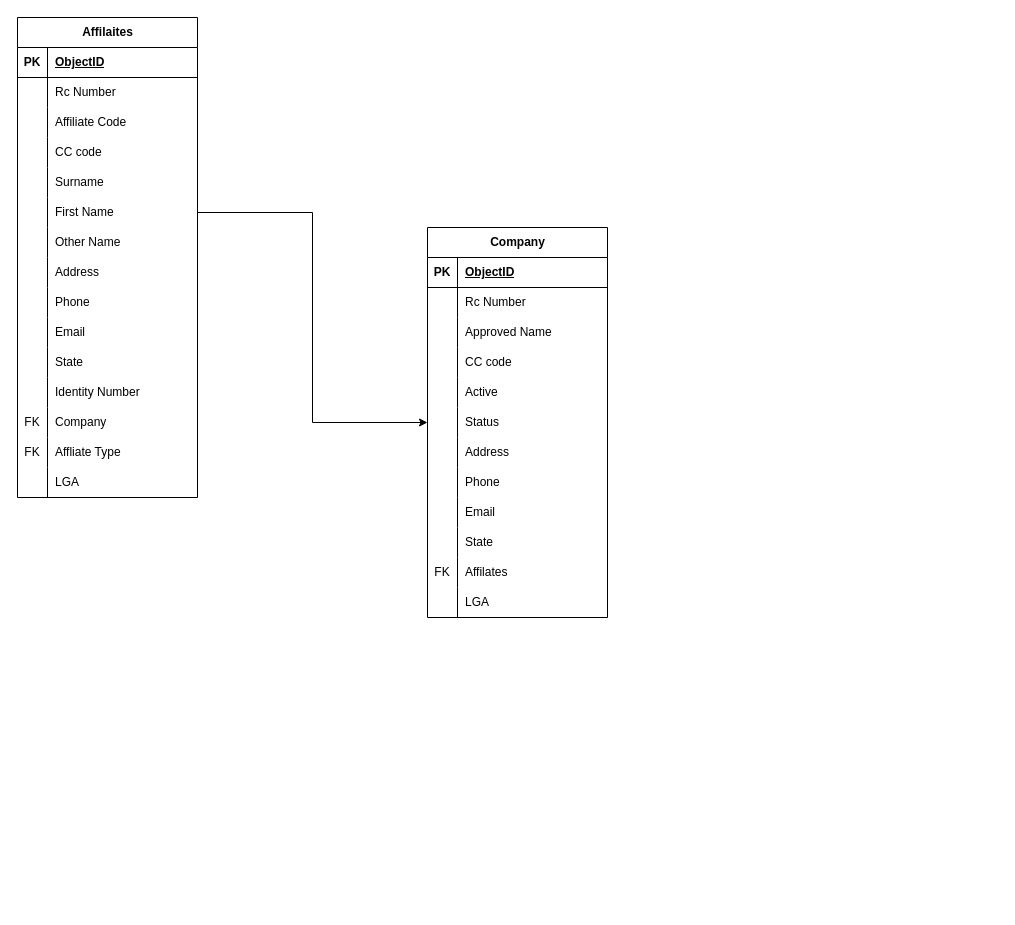
Before: models/Untitled Diagram.drawio in ketdev-og/stackoverflow_test, a draw.io diagram. Source tidied: cells renumbered, new cells numbered last; positions are measured from the earlier drawing's top-left corner, leaving out a move shared by most shapes. Both pictures are drawn from the tidied source at 100%, with x=0, y=0 at pixel (17, 17).
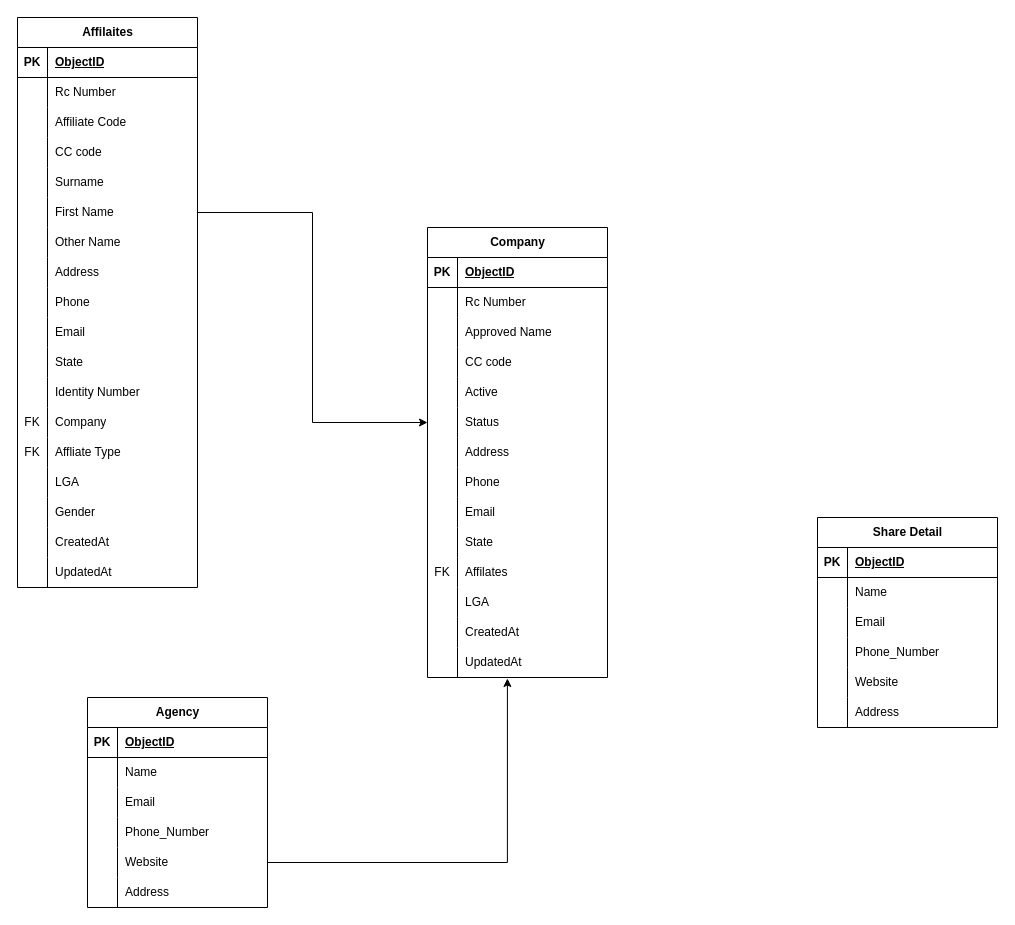
The same page after the edit.

Change to the diagram source:
```diff
@@
     <mxCell id="2" value="Affilaites" style="shape=table;startSize=30;childLayout=tableLayout;rowLines=0;fontStyle=1;align=center;html=1;" parent="1" vertex="1">
-      <mxGeometry width="180" height="480" as="geometry" />
+      <mxGeometry width="180" height="570" as="geometry" />
     </mxCell>
@@
+    <mxCell id="86" style="shape=tableRow;horizontal=0;startSize=0;swimlaneHead=0;swimlaneBody=0;fillColor=none;top=0;left=0;right=0;bottom=0;" parent="2" vertex="1">
+      <mxGeometry y="480" width="180" height="30" as="geometry" />
+    </mxCell>
+    <mxCell id="87" style="shape=partialRectangle;fillColor=none;top=0;left=0;bottom=0;right=0;overflow=hidden;whiteSpace=wrap;html=1;" parent="86" vertex="1">
+      <mxGeometry width="30" height="30" as="geometry" />
+    </mxCell>
+    <mxCell id="88" value="Gender" style="shape=partialRectangle;fillColor=none;top=0;left=0;bottom=0;right=0;align=left;spacingLeft=6;overflow=hidden;whiteSpace=wrap;html=1;" parent="86" vertex="1">
+      <mxGeometry x="30" width="150" height="30" as="geometry" />
+    </mxCell>
+    <mxCell id="89" style="shape=tableRow;horizontal=0;startSize=0;swimlaneHead=0;swimlaneBody=0;fillColor=none;top=0;left=0;right=0;bottom=0;" parent="2" vertex="1">
+      <mxGeometry y="510" width="180" height="30" as="geometry" />
+    </mxCell>
+    <mxCell id="90" style="shape=partialRectangle;fillColor=none;top=0;left=0;bottom=0;right=0;overflow=hidden;whiteSpace=wrap;html=1;" parent="89" vertex="1">
+      <mxGeometry width="30" height="30" as="geometry" />
+    </mxCell>
+    <mxCell id="91" value="CreatedAt" style="shape=partialRectangle;fillColor=none;top=0;left=0;bottom=0;right=0;align=left;spacingLeft=6;overflow=hidden;whiteSpace=wrap;html=1;" parent="89" vertex="1">
+      <mxGeometry x="30" width="150" height="30" as="geometry" />
+    </mxCell>
+    <mxCell id="92" style="shape=tableRow;horizontal=0;startSize=0;swimlaneHead=0;swimlaneBody=0;fillColor=none;top=0;left=0;right=0;bottom=0;" parent="2" vertex="1">
+      <mxGeometry y="540" width="180" height="30" as="geometry" />
+    </mxCell>
+    <mxCell id="93" style="shape=partialRectangle;fillColor=none;top=0;left=0;bottom=0;right=0;overflow=hidden;whiteSpace=wrap;html=1;" parent="92" vertex="1">
+      <mxGeometry width="30" height="30" as="geometry" />
+    </mxCell>
+    <mxCell id="94" value="UpdatedAt" style="shape=partialRectangle;fillColor=none;top=0;left=0;bottom=0;right=0;align=left;spacingLeft=6;overflow=hidden;whiteSpace=wrap;html=1;" parent="92" vertex="1">
+      <mxGeometry x="30" width="150" height="30" as="geometry" />
+    </mxCell>
     <mxCell id="48" value="Company" style="shape=table;startSize=30;childLayout=tableLayout;rowLines=0;fontStyle=1;align=center;html=1;" parent="1" vertex="1">
-      <mxGeometry x="410" y="210" width="180" height="390" as="geometry" />
+      <mxGeometry x="410" y="210" width="180" height="450" as="geometry" />
     </mxCell>
@@
+    <mxCell id="95" style="shape=tableRow;horizontal=0;startSize=0;swimlaneHead=0;swimlaneBody=0;fillColor=none;top=0;left=0;right=0;bottom=0;" parent="48" vertex="1">
+      <mxGeometry y="390" width="180" height="30" as="geometry" />
+    </mxCell>
+    <mxCell id="96" style="shape=partialRectangle;fillColor=none;top=0;left=0;bottom=0;right=0;overflow=hidden;whiteSpace=wrap;html=1;" parent="95" vertex="1">
+      <mxGeometry width="30" height="30" as="geometry" />
+    </mxCell>
+    <mxCell id="97" value="CreatedAt" style="shape=partialRectangle;fillColor=none;top=0;left=0;bottom=0;right=0;align=left;spacingLeft=6;overflow=hidden;whiteSpace=wrap;html=1;" parent="95" vertex="1">
+      <mxGeometry x="30" width="150" height="30" as="geometry" />
+    </mxCell>
+    <mxCell id="98" style="shape=tableRow;horizontal=0;startSize=0;swimlaneHead=0;swimlaneBody=0;fillColor=none;points=[[0,0.5],[1,0.5]];portConstraint=eastwest;top=0;left=0;right=0;bottom=0;" parent="48" vertex="1">
+      <mxGeometry y="420" width="180" height="30" as="geometry" />
+    </mxCell>
+    <mxCell id="99" style="shape=partialRectangle;fillColor=none;top=0;left=0;bottom=0;right=0;overflow=hidden;whiteSpace=wrap;html=1;" parent="98" vertex="1">
+      <mxGeometry width="30" height="30" as="geometry" />
+    </mxCell>
+    <mxCell id="100" value="UpdatedAt" style="shape=partialRectangle;fillColor=none;top=0;left=0;bottom=0;right=0;align=left;spacingLeft=6;overflow=hidden;whiteSpace=wrap;html=1;" parent="98" vertex="1">
+      <mxGeometry x="30" width="150" height="30" as="geometry" />
+    </mxCell>
@@
+    <mxCell id="101" value="Agency" style="shape=table;startSize=30;childLayout=tableLayout;rowLines=0;fontStyle=1;align=center;html=1;" parent="1" vertex="1">
+      <mxGeometry x="70" y="680" width="180" height="210" as="geometry" />
+    </mxCell>
+    <mxCell id="102" style="shape=tableRow;horizontal=0;startSize=0;swimlaneHead=0;swimlaneBody=0;fillColor=none;top=0;left=0;right=0;bottom=1;" parent="101" vertex="1">
+      <mxGeometry y="30" width="180" height="30" as="geometry" />
+    </mxCell>
+    <mxCell id="103" value="PK" style="shape=partialRectangle;fillColor=none;top=0;left=0;bottom=0;right=0;fontStyle=1;overflow=hidden;whiteSpace=wrap;html=1;" parent="102" vertex="1">
+      <mxGeometry width="30" height="30" as="geometry" />
+    </mxCell>
+    <mxCell id="104" value="ObjectID" style="shape=partialRectangle;fillColor=none;top=0;left=0;bottom=0;right=0;align=left;spacingLeft=6;fontStyle=5;overflow=hidden;whiteSpace=wrap;html=1;" parent="102" vertex="1">
+      <mxGeometry x="30" width="150" height="30" as="geometry" />
+    </mxCell>
+    <mxCell id="105" style="shape=tableRow;horizontal=0;startSize=0;swimlaneHead=0;swimlaneBody=0;fillColor=none;top=0;left=0;right=0;bottom=0;" parent="101" vertex="1">
+      <mxGeometry y="60" width="180" height="30" as="geometry" />
+    </mxCell>
+    <mxCell id="106" style="shape=partialRectangle;fillColor=none;top=0;left=0;bottom=0;right=0;overflow=hidden;whiteSpace=wrap;html=1;" parent="105" vertex="1">
+      <mxGeometry width="30" height="30" as="geometry" />
+    </mxCell>
+    <mxCell id="107" value="Name" style="shape=partialRectangle;fillColor=none;top=0;left=0;bottom=0;right=0;align=left;spacingLeft=6;overflow=hidden;whiteSpace=wrap;html=1;" parent="105" vertex="1">
+      <mxGeometry x="30" width="150" height="30" as="geometry" />
+    </mxCell>
+    <mxCell id="108" style="shape=tableRow;horizontal=0;startSize=0;swimlaneHead=0;swimlaneBody=0;fillColor=none;top=0;left=0;right=0;bottom=0;" parent="101" vertex="1">
+      <mxGeometry y="90" width="180" height="30" as="geometry" />
+    </mxCell>
+    <mxCell id="109" style="shape=partialRectangle;fillColor=none;top=0;left=0;bottom=0;right=0;overflow=hidden;whiteSpace=wrap;html=1;" parent="108" vertex="1">
+      <mxGeometry width="30" height="30" as="geometry" />
+    </mxCell>
+    <mxCell id="110" value="Email" style="shape=partialRectangle;fillColor=none;top=0;left=0;bottom=0;right=0;align=left;spacingLeft=6;overflow=hidden;whiteSpace=wrap;html=1;" parent="108" vertex="1">
+      <mxGeometry x="30" width="150" height="30" as="geometry" />
+    </mxCell>
+    <mxCell id="111" style="shape=tableRow;horizontal=0;startSize=0;swimlaneHead=0;swimlaneBody=0;fillColor=none;top=0;left=0;right=0;bottom=0;" parent="101" vertex="1">
+      <mxGeometry y="120" width="180" height="30" as="geometry" />
+    </mxCell>
+    <mxCell id="112" style="shape=partialRectangle;fillColor=none;top=0;left=0;bottom=0;right=0;overflow=hidden;whiteSpace=wrap;html=1;" parent="111" vertex="1">
+      <mxGeometry width="30" height="30" as="geometry" />
+    </mxCell>
+    <mxCell id="113" value="Phone_Number" style="shape=partialRectangle;fillColor=none;top=0;left=0;bottom=0;right=0;align=left;spacingLeft=6;overflow=hidden;whiteSpace=wrap;html=1;" parent="111" vertex="1">
+      <mxGeometry x="30" width="150" height="30" as="geometry" />
+    </mxCell>
+    <mxCell id="114" style="shape=tableRow;horizontal=0;startSize=0;swimlaneHead=0;swimlaneBody=0;fillColor=none;points=[[0,0.5],[1,0.5]];portConstraint=eastwest;top=0;left=0;right=0;bottom=0;" parent="101" vertex="1">
+      <mxGeometry y="150" width="180" height="30" as="geometry" />
+    </mxCell>
+    <mxCell id="115" style="shape=partialRectangle;fillColor=none;top=0;left=0;bottom=0;right=0;overflow=hidden;whiteSpace=wrap;html=1;" parent="114" vertex="1">
+      <mxGeometry width="30" height="30" as="geometry" />
+    </mxCell>
+    <mxCell id="116" value="Website" style="shape=partialRectangle;fillColor=none;top=0;left=0;bottom=0;right=0;align=left;spacingLeft=6;overflow=hidden;whiteSpace=wrap;html=1;" parent="114" vertex="1">
+      <mxGeometry x="30" width="150" height="30" as="geometry" />
+    </mxCell>
+    <mxCell id="117" style="shape=tableRow;horizontal=0;startSize=0;swimlaneHead=0;swimlaneBody=0;fillColor=none;top=0;left=0;right=0;bottom=0;" parent="101" vertex="1">
+      <mxGeometry y="180" width="180" height="30" as="geometry" />
+    </mxCell>
+    <mxCell id="118" style="shape=partialRectangle;fillColor=none;top=0;left=0;bottom=0;right=0;overflow=hidden;whiteSpace=wrap;html=1;" parent="117" vertex="1">
+      <mxGeometry width="30" height="30" as="geometry" />
+    </mxCell>
+    <mxCell id="119" value="Address" style="shape=partialRectangle;fillColor=none;top=0;left=0;bottom=0;right=0;align=left;spacingLeft=6;overflow=hidden;whiteSpace=wrap;html=1;" parent="117" vertex="1">
+      <mxGeometry x="30" width="150" height="30" as="geometry" />
+    </mxCell>
+    <mxCell id="120" style="edgeStyle=orthogonalEdgeStyle;rounded=0;jettySize=auto;html=1;exitX=1;exitY=0.5;exitDx=0;exitDy=0;entryX=0.444;entryY=1.033;entryDx=0;entryDy=0;entryPerimeter=0;" parent="1" edge="1" source="114" target="98">
+      <mxGeometry relative="1" as="geometry" />
+    </mxCell>
+    <mxCell id="121" value="Share Detail" style="shape=table;startSize=30;childLayout=tableLayout;rowLines=0;fontStyle=1;align=center;html=1;" parent="1" vertex="1">
+      <mxGeometry x="800" y="500" width="180" height="210" as="geometry" />
+    </mxCell>
+    <mxCell id="122" style="shape=tableRow;horizontal=0;startSize=0;swimlaneHead=0;swimlaneBody=0;fillColor=none;top=0;left=0;right=0;bottom=1;" parent="121" vertex="1">
+      <mxGeometry y="30" width="180" height="30" as="geometry" />
+    </mxCell>
+    <mxCell id="123" value="PK" style="shape=partialRectangle;fillColor=none;top=0;left=0;bottom=0;right=0;fontStyle=1;overflow=hidden;whiteSpace=wrap;html=1;" parent="122" vertex="1">
+      <mxGeometry width="30" height="30" as="geometry" />
+    </mxCell>
+    <mxCell id="124" value="ObjectID" style="shape=partialRectangle;fillColor=none;top=0;left=0;bottom=0;right=0;align=left;spacingLeft=6;fontStyle=5;overflow=hidden;whiteSpace=wrap;html=1;" parent="122" vertex="1">
+      <mxGeometry x="30" width="150" height="30" as="geometry" />
+    </mxCell>
+    <mxCell id="125" style="shape=tableRow;horizontal=0;startSize=0;swimlaneHead=0;swimlaneBody=0;fillColor=none;top=0;left=0;right=0;bottom=0;" parent="121" vertex="1">
+      <mxGeometry y="60" width="180" height="30" as="geometry" />
+    </mxCell>
+    <mxCell id="126" style="shape=partialRectangle;fillColor=none;top=0;left=0;bottom=0;right=0;overflow=hidden;whiteSpace=wrap;html=1;" parent="125" vertex="1">
+      <mxGeometry width="30" height="30" as="geometry" />
+    </mxCell>
+    <mxCell id="127" value="Name" style="shape=partialRectangle;fillColor=none;top=0;left=0;bottom=0;right=0;align=left;spacingLeft=6;overflow=hidden;whiteSpace=wrap;html=1;" parent="125" vertex="1">
+      <mxGeometry x="30" width="150" height="30" as="geometry" />
+    </mxCell>
+    <mxCell id="128" style="shape=tableRow;horizontal=0;startSize=0;swimlaneHead=0;swimlaneBody=0;fillColor=none;top=0;left=0;right=0;bottom=0;" parent="121" vertex="1">
+      <mxGeometry y="90" width="180" height="30" as="geometry" />
+    </mxCell>
+    <mxCell id="129" style="shape=partialRectangle;fillColor=none;top=0;left=0;bottom=0;right=0;overflow=hidden;whiteSpace=wrap;html=1;" parent="128" vertex="1">
+      <mxGeometry width="30" height="30" as="geometry" />
+    </mxCell>
+    <mxCell id="130" value="Email" style="shape=partialRectangle;fillColor=none;top=0;left=0;bottom=0;right=0;align=left;spacingLeft=6;overflow=hidden;whiteSpace=wrap;html=1;" parent="128" vertex="1">
+      <mxGeometry x="30" width="150" height="30" as="geometry" />
+    </mxCell>
+    <mxCell id="131" style="shape=tableRow;horizontal=0;startSize=0;swimlaneHead=0;swimlaneBody=0;fillColor=none;top=0;left=0;right=0;bottom=0;" parent="121" vertex="1">
+      <mxGeometry y="120" width="180" height="30" as="geometry" />
+    </mxCell>
+    <mxCell id="132" style="shape=partialRectangle;fillColor=none;top=0;left=0;bottom=0;right=0;overflow=hidden;whiteSpace=wrap;html=1;" parent="131" vertex="1">
+      <mxGeometry width="30" height="30" as="geometry" />
+    </mxCell>
+    <mxCell id="133" value="Phone_Number" style="shape=partialRectangle;fillColor=none;top=0;left=0;bottom=0;right=0;align=left;spacingLeft=6;overflow=hidden;whiteSpace=wrap;html=1;" parent="131" vertex="1">
+      <mxGeometry x="30" width="150" height="30" as="geometry" />
+    </mxCell>
+    <mxCell id="134" style="shape=tableRow;horizontal=0;startSize=0;swimlaneHead=0;swimlaneBody=0;fillColor=none;top=0;left=0;right=0;bottom=0;" parent="121" vertex="1">
+      <mxGeometry y="150" width="180" height="30" as="geometry" />
+    </mxCell>
+    <mxCell id="135" style="shape=partialRectangle;fillColor=none;top=0;left=0;bottom=0;right=0;overflow=hidden;whiteSpace=wrap;html=1;" parent="134" vertex="1">
+      <mxGeometry width="30" height="30" as="geometry" />
+    </mxCell>
+    <mxCell id="136" value="Website" style="shape=partialRectangle;fillColor=none;top=0;left=0;bottom=0;right=0;align=left;spacingLeft=6;overflow=hidden;whiteSpace=wrap;html=1;" parent="134" vertex="1">
+      <mxGeometry x="30" width="150" height="30" as="geometry" />
+    </mxCell>
+    <mxCell id="137" style="shape=tableRow;horizontal=0;startSize=0;swimlaneHead=0;swimlaneBody=0;fillColor=none;top=0;left=0;right=0;bottom=0;" parent="121" vertex="1">
+      <mxGeometry y="180" width="180" height="30" as="geometry" />
+    </mxCell>
+    <mxCell id="138" style="shape=partialRectangle;fillColor=none;top=0;left=0;bottom=0;right=0;overflow=hidden;whiteSpace=wrap;html=1;" parent="137" vertex="1">
+      <mxGeometry width="30" height="30" as="geometry" />
+    </mxCell>
+    <mxCell id="139" value="Address" style="shape=partialRectangle;fillColor=none;top=0;left=0;bottom=0;right=0;align=left;spacingLeft=6;overflow=hidden;whiteSpace=wrap;html=1;" parent="137" vertex="1">
+      <mxGeometry x="30" width="150" height="30" as="geometry" />
+    </mxCell>
```
